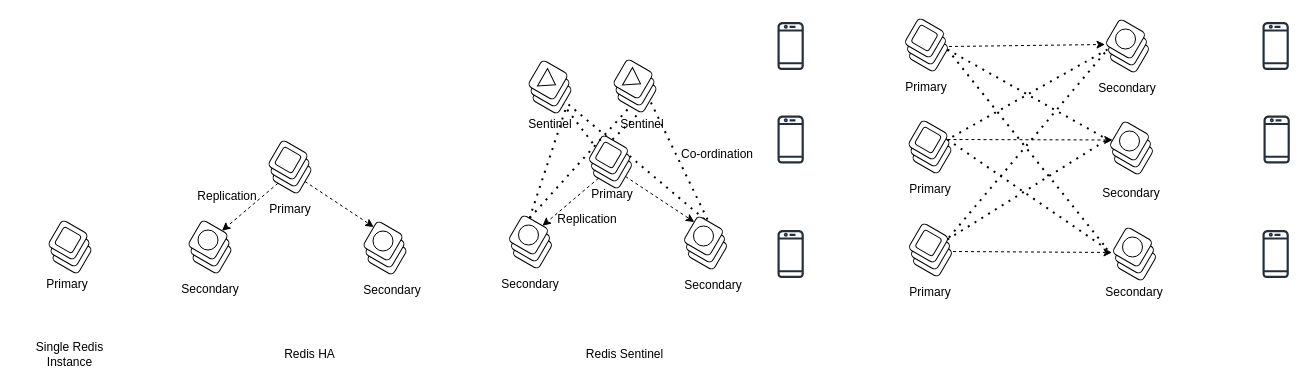
Above: redis-availability.drawio in jayanthkmr/architecture-diagrams (draw.io), before the change. Source tidied: cells renumbered, new cells numbered last; positions are measured from the earlier drawing's top-left corner, leaving out a move shared by most shapes. Both pictures are drawn from the tidied source at 100%, with x=0, y=0 at pixel (17, 17).
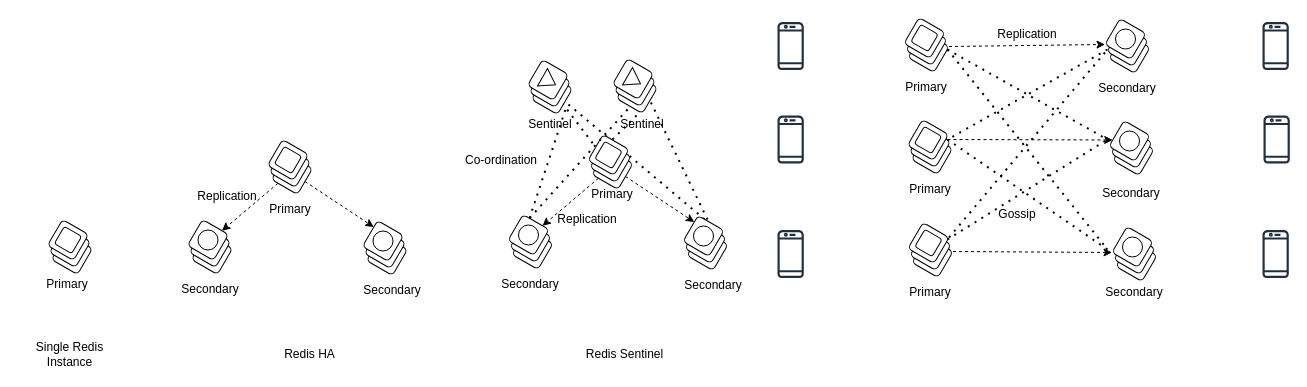
The same page after the edit.

Diff of the diagram source:
```diff
@@
     <mxCell id="70" value="Co-ordination" style="text;html=1;strokeColor=none;fillColor=none;align=center;verticalAlign=middle;whiteSpace=wrap;rounded=0;" parent="1" vertex="1">
-      <mxGeometry x="640" y="122" width="119.5" height="30" as="geometry" />
+      <mxGeometry x="423.5" y="128" width="119.5" height="30" as="geometry" />
     </mxCell>
@@
+    <mxCell id="123" value="Replication" style="text;html=1;strokeColor=none;fillColor=none;align=center;verticalAlign=middle;whiteSpace=wrap;rounded=0;" parent="1" vertex="1">
+      <mxGeometry x="980" y="2" width="60" height="30" as="geometry" />
+    </mxCell>
+    <mxCell id="124" value="Gossip" style="text;html=1;strokeColor=none;fillColor=none;align=center;verticalAlign=middle;whiteSpace=wrap;rounded=0;" parent="1" vertex="1">
+      <mxGeometry x="970" y="181.5" width="60" height="30" as="geometry" />
+    </mxCell>
```
